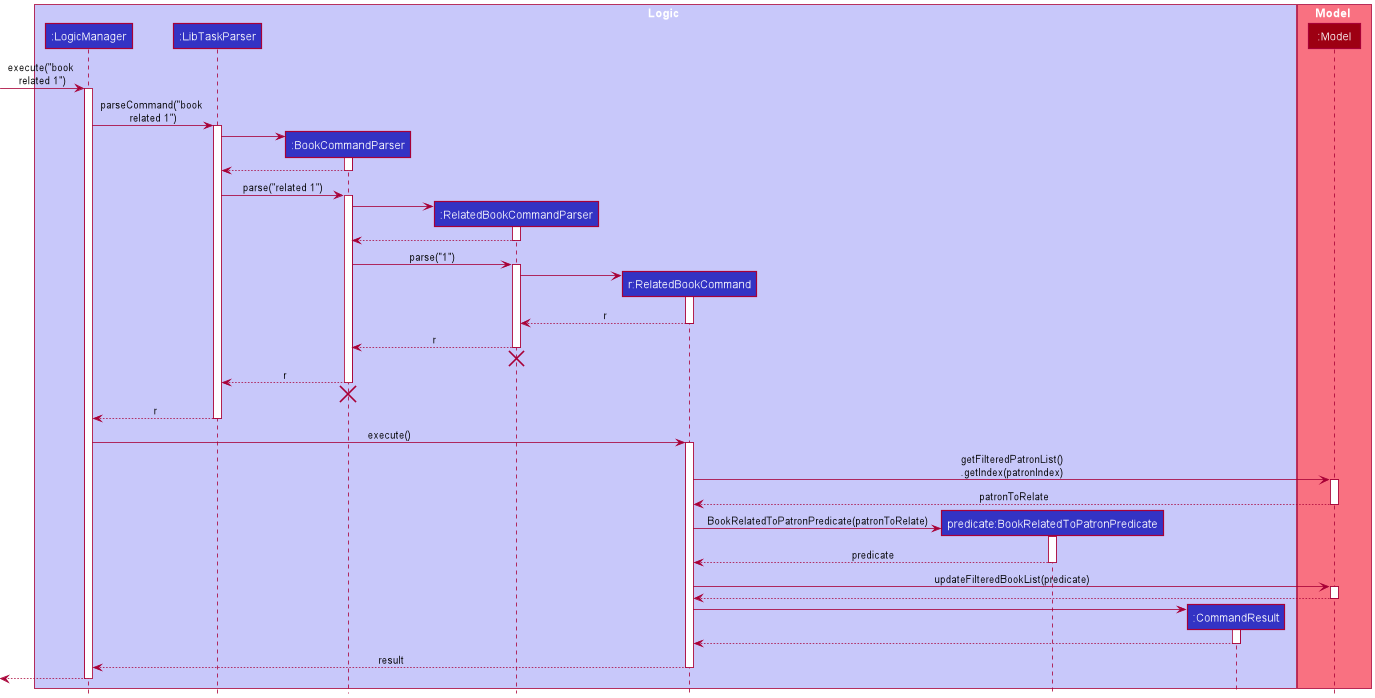
Above: docs/images/RelatedBookCommandSequenceDiagram.png in yuqitanyq/tp (PlantUML), before the change.
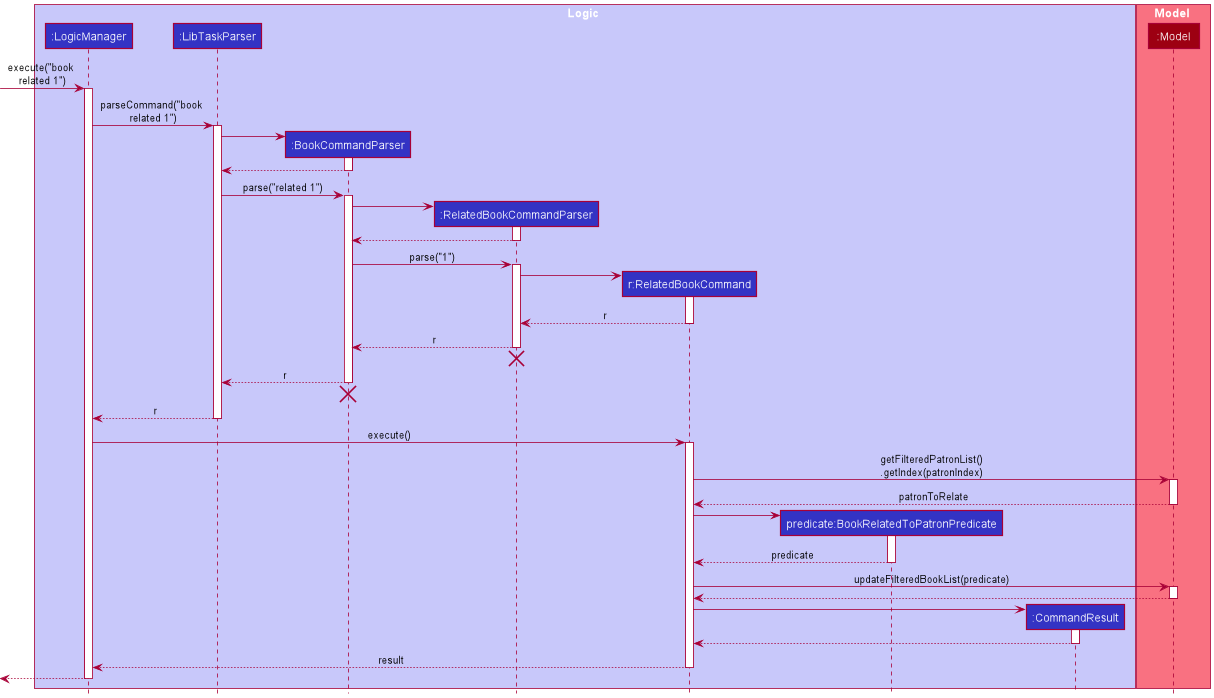
After the commit.

Commit message:
Update sequence diagram

Change to the diagram source:
```diff
@@ -71,7 +71,7 @@
 deactivate Model
 
 create BookRelatedToPatronPredicate
-RelatedBookCommand -> BookRelatedToPatronPredicate : BookRelatedToPatronPredicate(patronToRelate)
+RelatedBookCommand -> BookRelatedToPatronPredicate :
 activate BookRelatedToPatronPredicate
 
 BookRelatedToPatronPredicate --> RelatedBookCommand : predicate
```
